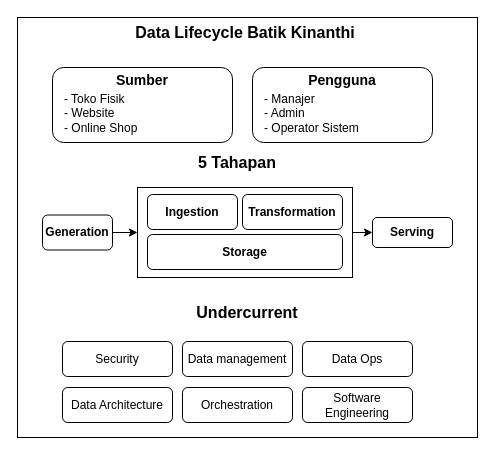
Before: docs/diagram_lifecycle.drawio in DamasusSapri215/de-kinanthi-243016008, a draw.io diagram. Source tidied: cells renumbered, new cells numbered last; positions are measured from the earlier drawing's top-left corner, leaving out a move shared by most shapes. Both pictures are drawn from the tidied source at 100%, with x=0, y=0 at pixel (17, 17).
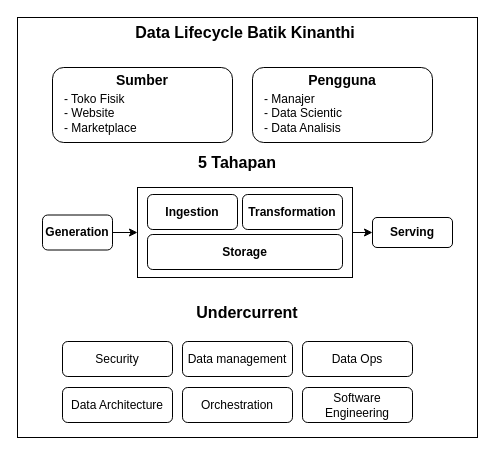
The same diagram, later.

The change refers to these unchanged cells:
```xml
<mxCell id="3" style="group;" parent="1" vertex="1">
  <mxGeometry x="235" y="50" width="180" height="75" as="geometry" />
</mxCell>
<mxCell id="26" style="group;" parent="1" vertex="1">
  <mxGeometry x="35" y="50" width="180" height="75" as="geometry" />
</mxCell>
```

What changed in the source:
```diff
@@
-    <mxCell id="6" value="&lt;div style=&quot;text-align: justify;&quot;&gt;&lt;span style=&quot;background-color: transparent; color: light-dark(#000000, var(--ge-light-color, #ffffff));&quot;&gt;&lt;font&gt;- Manajer&lt;/font&gt;&lt;/span&gt;&lt;/div&gt;&lt;div style=&quot;text-align: justify;&quot;&gt;&lt;span style=&quot;background-color: transparent; color: light-dark(#000000, var(--ge-light-color, #ffffff));&quot;&gt;&lt;font&gt;- Admin&lt;/font&gt;&lt;/span&gt;&lt;/div&gt;&lt;div style=&quot;text-align: justify;&quot;&gt;&lt;span style=&quot;background-color: transparent; color: light-dark(#000000, var(--ge-light-color, #ffffff));&quot;&gt;&lt;font&gt;- Operator Sistem&amp;nbsp;&lt;/font&gt;&lt;/span&gt;&lt;/div&gt;" style="text;html=1;whiteSpace=wrap;strokeColor=none;fillColor=none;align=left;verticalAlign=middle;rounded=0;" parent="3" vertex="1">
+    <mxCell id="6" value="&lt;div style=&quot;text-align: justify;&quot;&gt;&lt;span style=&quot;background-color: transparent; color: light-dark(#000000, var(--ge-light-color, #ffffff));&quot;&gt;&lt;font&gt;- Manajer&lt;/font&gt;&lt;/span&gt;&lt;/div&gt;&lt;div style=&quot;text-align: justify;&quot;&gt;&lt;span style=&quot;background-color: transparent; color: light-dark(#000000, var(--ge-light-color, #ffffff));&quot;&gt;&lt;font&gt;- Data Scientic&lt;/font&gt;&lt;/span&gt;&lt;/div&gt;&lt;div style=&quot;text-align: justify;&quot;&gt;&lt;span style=&quot;background-color: transparent; color: light-dark(#000000, var(--ge-light-color, #ffffff));&quot;&gt;&lt;font&gt;- Data Analisis&amp;nbsp;&lt;/font&gt;&lt;/span&gt;&lt;/div&gt;" style="text;html=1;whiteSpace=wrap;strokeColor=none;fillColor=none;align=left;verticalAlign=middle;rounded=0;" parent="3" vertex="1">
       <mxGeometry x="10.4" y="25" width="159.2" height="41.7" as="geometry" />
     </mxCell>
@@
-    <mxCell id="29" value="&lt;div style=&quot;text-align: justify;&quot;&gt;&lt;span style=&quot;background-color: transparent; color: light-dark(#000000, var(--ge-light-color, #ffffff));&quot;&gt;&lt;font&gt;- Toko Fisik&lt;/font&gt;&lt;/span&gt;&lt;/div&gt;&lt;div style=&quot;text-align: justify;&quot;&gt;&lt;span style=&quot;background-color: transparent; color: light-dark(#000000, var(--ge-light-color, #ffffff));&quot;&gt;&lt;font&gt;- Website&lt;/font&gt;&lt;/span&gt;&lt;/div&gt;&lt;div style=&quot;text-align: justify;&quot;&gt;&lt;span style=&quot;background-color: transparent; color: light-dark(#000000, var(--ge-light-color, #ffffff));&quot;&gt;&lt;font&gt;- Online Shop&amp;nbsp;&lt;/font&gt;&lt;/span&gt;&lt;/div&gt;" style="text;html=1;whiteSpace=wrap;strokeColor=none;fillColor=none;align=left;verticalAlign=middle;rounded=0;" parent="26" vertex="1">
+    <mxCell id="29" value="&lt;div style=&quot;text-align: justify;&quot;&gt;&lt;span style=&quot;background-color: transparent; color: light-dark(#000000, var(--ge-light-color, #ffffff));&quot;&gt;&lt;font&gt;- Toko Fisik&lt;/font&gt;&lt;/span&gt;&lt;/div&gt;&lt;div style=&quot;text-align: justify;&quot;&gt;&lt;span style=&quot;background-color: transparent; color: light-dark(#000000, var(--ge-light-color, #ffffff));&quot;&gt;&lt;font&gt;- Website&lt;/font&gt;&lt;/span&gt;&lt;/div&gt;&lt;div style=&quot;text-align: justify;&quot;&gt;&lt;span style=&quot;background-color: transparent; color: light-dark(#000000, var(--ge-light-color, #ffffff));&quot;&gt;&lt;font&gt;- Marketplace&lt;/font&gt;&lt;/span&gt;&lt;/div&gt;" style="text;html=1;whiteSpace=wrap;strokeColor=none;fillColor=none;align=left;verticalAlign=middle;rounded=0;" parent="26" vertex="1">
       <mxGeometry x="10.4" y="25" width="159.2" height="41.7" as="geometry" />
     </mxCell>
```
